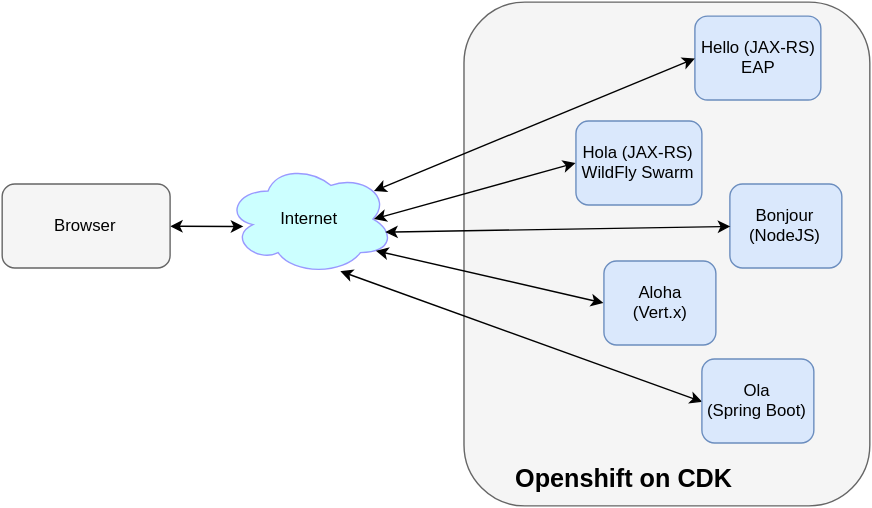
The draw.io diagram images/browser-client.svg in redhat-helloworld-msa/frontend, before a commit. Source tidied: cells renumbered, new cells last; positions are measured from the earlier drawing's top-left corner, leaving out a move shared by most shapes. Its diagram source:
```xml
<mxGraphModel background="#ffffff">
  <root>
    <mxCell id="0" />
    <mxCell id="1" parent="0" />
    <mxCell id="2" style="edgeStyle=none;rounded=0;html=1;entryX=0.1;entryY=0.563;entryPerimeter=0;startArrow=classic;startFill=1;jettySize=auto;" parent="1" edge="1" source="3" target="4">
      <mxGeometry x="160" y="180.2" as="geometry" />
    </mxCell>
    <mxCell id="3" value="Browser" style="rounded=1;whiteSpace=wrap;html=1;plain-gray;gradientColor=none;" parent="1" vertex="1">
      <mxGeometry y="130" width="120" height="60" as="geometry" />
    </mxCell>
    <mxCell id="4" value="Internet" style="ellipse;shape=cloud;whiteSpace=wrap;html=1;plain-yellow;gradientColor=none;fillColor=#CCFFFF;strokeColor=#9999FF;" parent="1" vertex="1">
      <mxGeometry x="160" y="115" width="120" height="80" as="geometry" />
    </mxCell>
    <mxCell id="5" style="rounded=1;whiteSpace=wrap;html=1;plain-gray;gradientColor=none;" parent="1" vertex="1">
      <mxGeometry x="330" width="290" height="360" as="geometry" />
    </mxCell>
    <mxCell id="6" value="Bonjour (NodeJS)" style="rounded=1;whiteSpace=wrap;html=1;plain-blue;gradientColor=none;" parent="1" vertex="1">
      <mxGeometry x="520" y="130" width="80" height="60" as="geometry" />
    </mxCell>
    <mxCell id="7" value="Hola (JAX-RS)&lt;div&gt;WildFly Swarm&lt;/div&gt;" style="rounded=1;whiteSpace=wrap;html=1;plain-blue;gradientColor=none;" parent="1" vertex="1">
      <mxGeometry x="410" y="85" width="90" height="60" as="geometry" />
    </mxCell>
    <mxCell id="8" value="Hello (JAX-RS)&lt;div&gt;EAP&lt;/div&gt;" style="rounded=1;whiteSpace=wrap;html=1;plain-blue;gradientColor=none;" parent="1" vertex="1">
      <mxGeometry x="495" y="10" width="90" height="60" as="geometry" />
    </mxCell>
    <mxCell id="9" style="edgeStyle=none;rounded=0;html=1;exitX=0;exitY=0.5;entryX=0.892;entryY=0.788;entryPerimeter=0;startArrow=classic;startFill=1;jettySize=auto;" parent="1" edge="1" source="10" target="4">
      <mxGeometry x="307" y="197.7" as="geometry" />
    </mxCell>
    <mxCell id="10" value="Aloha&lt;div&gt;(Vert.x)&lt;/div&gt;" style="rounded=1;whiteSpace=wrap;html=1;plain-blue;gradientColor=none;" parent="1" vertex="1">
      <mxGeometry x="430" y="185" width="80" height="60" as="geometry" />
    </mxCell>
    <mxCell id="11" style="edgeStyle=none;rounded=0;html=1;exitX=0;exitY=0.5;entryX=0.675;entryY=0.963;entryPerimeter=0;startArrow=classic;startFill=1;jettySize=auto;" parent="1" edge="1" source="12" target="4">
      <mxGeometry x="281.7" y="212.3" as="geometry" />
    </mxCell>
    <mxCell id="12" value="Ola&lt;div&gt;(Spring Boot)&lt;/div&gt;" style="rounded=1;whiteSpace=wrap;html=1;plain-blue;gradientColor=none;" parent="1" vertex="1">
      <mxGeometry x="500" y="255" width="80" height="60" as="geometry" />
    </mxCell>
    <mxCell id="13" style="rounded=0;html=1;entryX=0;entryY=0.5;jettySize=auto;startArrow=classic;startFill=1;exitX=0.88;exitY=0.25;exitPerimeter=0;" parent="1" edge="1" source="4" target="8">
      <mxGeometry x="305.7" y="60.3" as="geometry" />
    </mxCell>
    <mxCell id="14" style="edgeStyle=none;rounded=0;html=1;entryX=0;entryY=0.5;startArrow=classic;startFill=1;jettySize=auto;exitX=0.875;exitY=0.5;exitPerimeter=0;" parent="1" edge="1" source="4" target="7">
      <mxGeometry x="305.7" y="135" as="geometry" />
    </mxCell>
    <mxCell id="15" style="edgeStyle=none;rounded=0;html=1;entryX=0;entryY=0.5;startArrow=classic;startFill=1;jettySize=auto;exitX=0.942;exitY=0.613;exitPerimeter=0;" parent="1" edge="1" source="4" target="6">
      <mxGeometry x="313.7" y="180.3" as="geometry" />
    </mxCell>
    <mxCell id="16" value="&lt;b&gt;&lt;font style=&quot;font-size: 18px&quot;&gt;Openshift on CDK&lt;/font&gt;&lt;/b&gt;" style="text;html=1;align=left;verticalAlign=top;spacingTop=-4;" parent="1" vertex="1">
      <mxGeometry x="365" y="330" width="170" height="20" as="geometry" />
    </mxCell>
  </root>
</mxGraphModel>
```
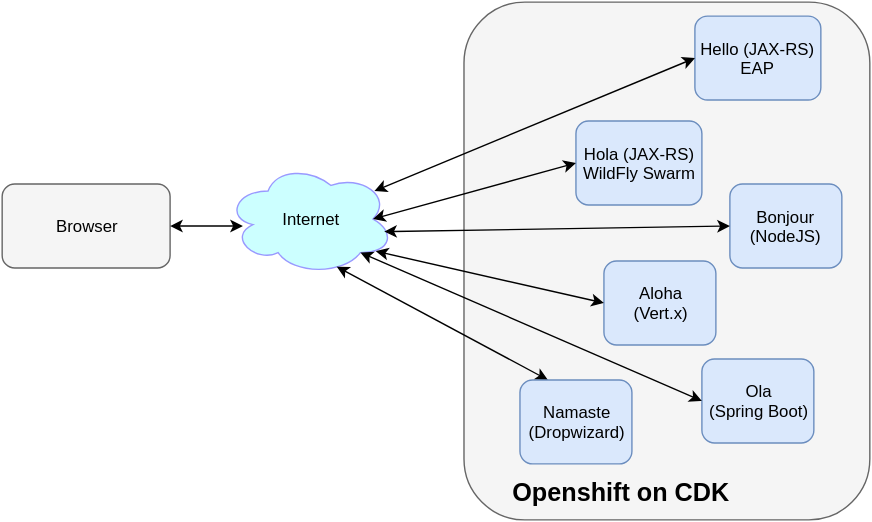
The same diagram one commit later.

Commit message:
Update frontend to include namaste

Diff of the diagram source:
```diff
@@ -2,50 +2,56 @@
   <root>
     <mxCell id="0" />
     <mxCell id="1" parent="0" />
-    <mxCell id="2" style="edgeStyle=none;rounded=0;html=1;entryX=0.1;entryY=0.563;entryPerimeter=0;startArrow=classic;startFill=1;jettySize=auto;" parent="1" edge="1" source="3" target="4">
-      <mxGeometry x="160" y="180.2" as="geometry" />
+    <mxCell id="2" value="Browser" style="rounded=1;whiteSpace=wrap;html=1;plain-gray;gradientColor=none;" parent="1" vertex="1">
+      <mxGeometry y="130" width="120" height="60" as="geometry" />
     </mxCell>
-    <mxCell id="3" value="Browser" style="rounded=1;whiteSpace=wrap;html=1;plain-gray;gradientColor=none;" parent="1" vertex="1">
-      <mxGeometry y="130" width="120" height="60" as="geometry" />
+    <mxCell id="3" value="Internet" style="ellipse;shape=cloud;whiteSpace=wrap;html=1;plain-yellow;gradientColor=none;fillColor=#CCFFFF;strokeColor=#9999FF;" parent="1" vertex="1">
+      <mxGeometry x="160" y="115" width="120" height="80" as="geometry" />
     </mxCell>
-    <mxCell id="4" value="Internet" style="ellipse;shape=cloud;whiteSpace=wrap;html=1;plain-yellow;gradientColor=none;fillColor=#CCFFFF;strokeColor=#9999FF;" parent="1" vertex="1">
-      <mxGeometry x="160" y="115" width="120" height="80" as="geometry" />
+    <mxCell id="4" style="rounded=1;whiteSpace=wrap;html=1;plain-gray;gradientColor=none;" parent="1" vertex="1">
+      <mxGeometry x="330" width="290" height="370" as="geometry" />
     </mxCell>
-    <mxCell id="5" style="rounded=1;whiteSpace=wrap;html=1;plain-gray;gradientColor=none;" parent="1" vertex="1">
-      <mxGeometry x="330" width="290" height="360" as="geometry" />
+    <mxCell id="5" value="Bonjour (NodeJS)" style="rounded=1;whiteSpace=wrap;html=1;plain-blue;gradientColor=none;" parent="1" vertex="1">
+      <mxGeometry x="520" y="130" width="80" height="60" as="geometry" />
     </mxCell>
-    <mxCell id="6" value="Bonjour (NodeJS)" style="rounded=1;whiteSpace=wrap;html=1;plain-blue;gradientColor=none;" parent="1" vertex="1">
-      <mxGeometry x="520" y="130" width="80" height="60" as="geometry" />
+    <mxCell id="6" value="Hola (JAX-RS)&lt;div&gt;WildFly Swarm&lt;/div&gt;" style="rounded=1;whiteSpace=wrap;html=1;plain-blue;gradientColor=none;" parent="1" vertex="1">
+      <mxGeometry x="410" y="85" width="90" height="60" as="geometry" />
     </mxCell>
-    <mxCell id="7" value="Hola (JAX-RS)&lt;div&gt;WildFly Swarm&lt;/div&gt;" style="rounded=1;whiteSpace=wrap;html=1;plain-blue;gradientColor=none;" parent="1" vertex="1">
-      <mxGeometry x="410" y="85" width="90" height="60" as="geometry" />
+    <mxCell id="7" value="Hello (JAX-RS)&lt;div&gt;EAP&lt;/div&gt;" style="rounded=1;whiteSpace=wrap;html=1;plain-blue;gradientColor=none;" parent="1" vertex="1">
+      <mxGeometry x="495" y="10" width="90" height="60" as="geometry" />
     </mxCell>
-    <mxCell id="8" value="Hello (JAX-RS)&lt;div&gt;EAP&lt;/div&gt;" style="rounded=1;whiteSpace=wrap;html=1;plain-blue;gradientColor=none;" parent="1" vertex="1">
-      <mxGeometry x="495" y="10" width="90" height="60" as="geometry" />
+    <mxCell id="8" value="Aloha&lt;div&gt;(Vert.x)&lt;/div&gt;" style="rounded=1;whiteSpace=wrap;html=1;plain-blue;gradientColor=none;" parent="1" vertex="1">
+      <mxGeometry x="430" y="185" width="80" height="60" as="geometry" />
     </mxCell>
-    <mxCell id="9" style="edgeStyle=none;rounded=0;html=1;exitX=0;exitY=0.5;entryX=0.892;entryY=0.788;entryPerimeter=0;startArrow=classic;startFill=1;jettySize=auto;" parent="1" edge="1" source="10" target="4">
-      <mxGeometry x="307" y="197.7" as="geometry" />
+    <mxCell id="9" value="Ola&lt;div&gt;(Spring Boot)&lt;/div&gt;" style="rounded=1;whiteSpace=wrap;html=1;plain-blue;gradientColor=none;" parent="1" vertex="1">
+      <mxGeometry x="500" y="255" width="80" height="60" as="geometry" />
     </mxCell>
-    <mxCell id="10" value="Aloha&lt;div&gt;(Vert.x)&lt;/div&gt;" style="rounded=1;whiteSpace=wrap;html=1;plain-blue;gradientColor=none;" parent="1" vertex="1">
-      <mxGeometry x="430" y="185" width="80" height="60" as="geometry" />
+    <mxCell id="10" style="rounded=0;html=1;entryX=0;entryY=0.5;jettySize=auto;startArrow=classic;startFill=1;exitX=0.88;exitY=0.25;exitPerimeter=0;" parent="1" edge="1" source="3" target="7">
+      <mxGeometry x="306" y="60" as="geometry" />
     </mxCell>
-    <mxCell id="11" style="edgeStyle=none;rounded=0;html=1;exitX=0;exitY=0.5;entryX=0.675;entryY=0.963;entryPerimeter=0;startArrow=classic;startFill=1;jettySize=auto;" parent="1" edge="1" source="12" target="4">
-      <mxGeometry x="281.7" y="212.3" as="geometry" />
+    <mxCell id="11" style="edgeStyle=none;rounded=0;html=1;entryX=0;entryY=0.5;startArrow=classic;startFill=1;jettySize=auto;exitX=0.875;exitY=0.5;exitPerimeter=0;" parent="1" edge="1" source="3" target="6">
+      <mxGeometry x="305" y="135" as="geometry" />
     </mxCell>
-    <mxCell id="12" value="Ola&lt;div&gt;(Spring Boot)&lt;/div&gt;" style="rounded=1;whiteSpace=wrap;html=1;plain-blue;gradientColor=none;" parent="1" vertex="1">
-      <mxGeometry x="500" y="255" width="80" height="60" as="geometry" />
+    <mxCell id="12" style="edgeStyle=none;rounded=0;html=1;entryX=0;entryY=0.5;startArrow=classic;startFill=1;jettySize=auto;exitX=0.942;exitY=0.613;exitPerimeter=0;" parent="1" edge="1" source="3" target="5">
+      <mxGeometry x="313" y="180" as="geometry" />
     </mxCell>
-    <mxCell id="13" style="rounded=0;html=1;entryX=0;entryY=0.5;jettySize=auto;startArrow=classic;startFill=1;exitX=0.88;exitY=0.25;exitPerimeter=0;" parent="1" edge="1" source="4" target="8">
-      <mxGeometry x="305.7" y="60.3" as="geometry" />
+    <mxCell id="13" style="edgeStyle=none;rounded=0;html=1;exitX=0;exitY=0.5;entryX=0.892;entryY=0.788;entryPerimeter=0;startArrow=classic;startFill=1;jettySize=auto;" parent="1" edge="1" source="8" target="3">
+      <mxGeometry x="307" y="198" as="geometry" />
     </mxCell>
-    <mxCell id="14" style="edgeStyle=none;rounded=0;html=1;entryX=0;entryY=0.5;startArrow=classic;startFill=1;jettySize=auto;exitX=0.875;exitY=0.5;exitPerimeter=0;" parent="1" edge="1" source="4" target="7">
-      <mxGeometry x="305.7" y="135" as="geometry" />
+    <mxCell id="14" style="edgeStyle=none;rounded=0;html=1;exitX=0;exitY=0.5;entryX=0.8;entryY=0.8;entryPerimeter=0;startArrow=classic;startFill=1;jettySize=auto;" parent="1" edge="1" source="9" target="3">
+      <mxGeometry x="296" y="199" as="geometry" />
     </mxCell>
-    <mxCell id="15" style="edgeStyle=none;rounded=0;html=1;entryX=0;entryY=0.5;startArrow=classic;startFill=1;jettySize=auto;exitX=0.942;exitY=0.613;exitPerimeter=0;" parent="1" edge="1" source="4" target="6">
-      <mxGeometry x="313.7" y="180.3" as="geometry" />
+    <mxCell id="15" value="&lt;b&gt;&lt;font style=&quot;font-size: 18px&quot;&gt;Openshift on CDK&lt;/font&gt;&lt;/b&gt;" style="text;html=1;align=left;verticalAlign=top;spacingTop=-4;" parent="1" vertex="1">
+      <mxGeometry x="365" y="340" width="170" height="20" as="geometry" />
     </mxCell>
-    <mxCell id="16" value="&lt;b&gt;&lt;font style=&quot;font-size: 18px&quot;&gt;Openshift on CDK&lt;/font&gt;&lt;/b&gt;" style="text;html=1;align=left;verticalAlign=top;spacingTop=-4;" parent="1" vertex="1">
-      <mxGeometry x="365" y="330" width="170" height="20" as="geometry" />
+    <mxCell id="16" style="edgeStyle=none;rounded=0;html=1;entryX=0.1;entryY=0.563;entryPerimeter=0;startArrow=classic;startFill=1;jettySize=auto;" parent="1" edge="1" source="2" target="3">
+      <mxGeometry x="160" y="180" as="geometry" />
     </mxCell>
+    <mxCell id="17" style="edgeStyle=none;rounded=0;html=1;exitX=0.25;exitY=0;entryX=0.658;entryY=0.925;entryPerimeter=0;startArrow=classic;startFill=1;jettySize=auto;" parent="1" edge="1" source="18" target="3">
+      <mxGeometry x="279" y="209" as="geometry" />
+    </mxCell>
+    <mxCell id="18" value="Namaste&lt;div&gt;(Dropwizard)&lt;/div&gt;" style="rounded=1;whiteSpace=wrap;html=1;plain-blue;gradientColor=none;" parent="1" vertex="1">
+      <mxGeometry x="370" y="270" width="80" height="60" as="geometry" />
+    </mxCell>
   </root>
 </mxGraphModel>
```
